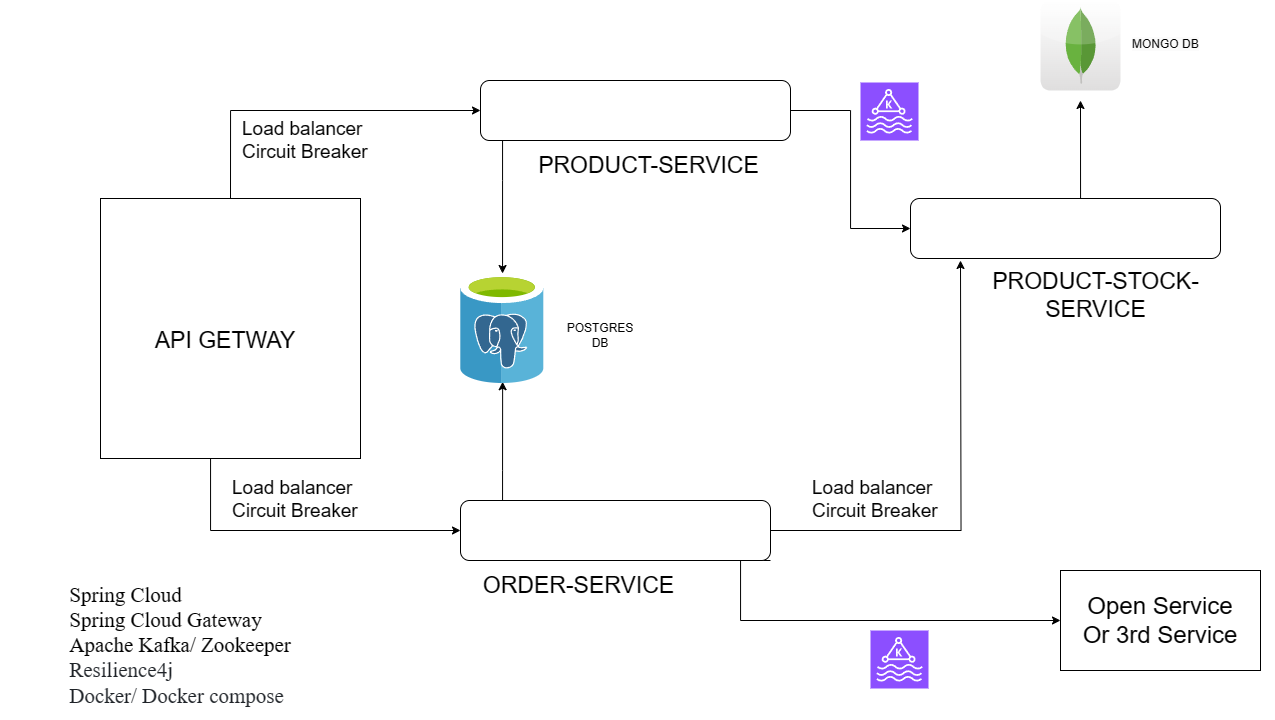
Above: micro.drawio.png in BonsoirDiep/springboot-microservice-auth-gateway (draw.io), before the change. Source tidied: cells renumbered, new cells last; positions are measured from the earlier drawing's top-left corner, leaving out a move shared by most shapes.
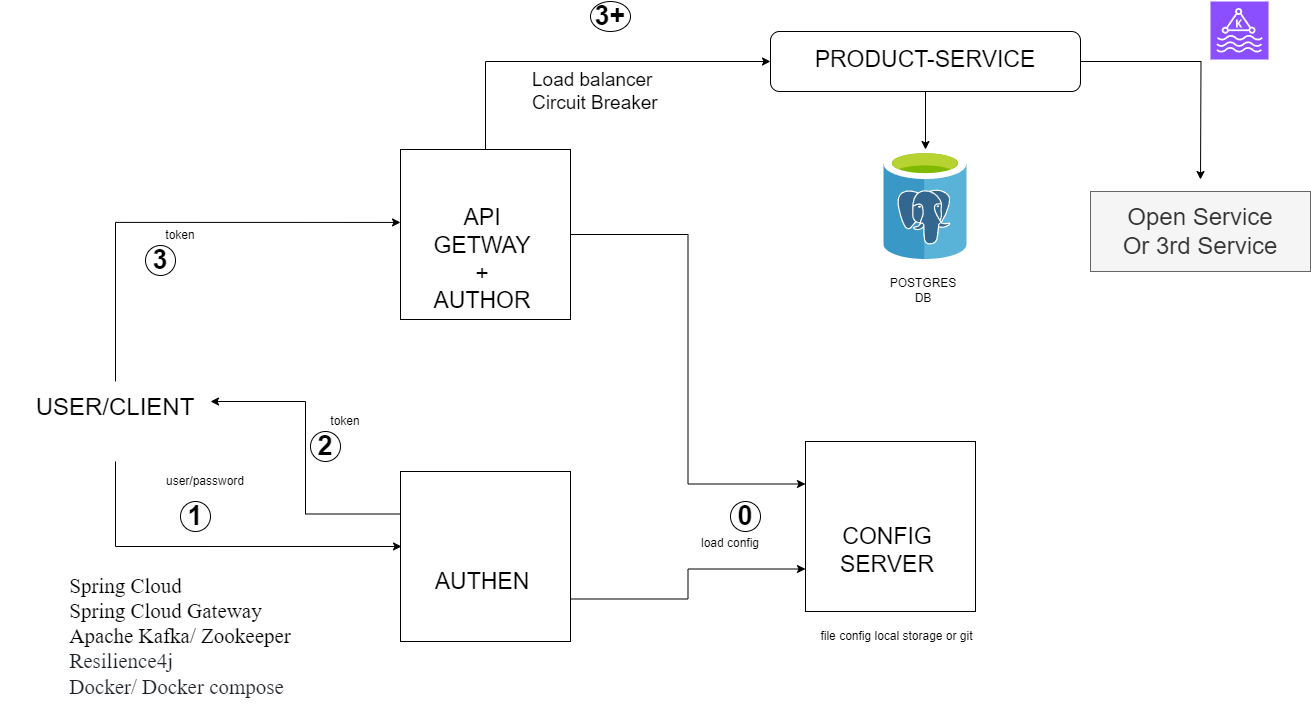
The same file after the commit.

What changed in the source:
```diff
@@ -3,117 +3,122 @@
     <mxCell id="0" />
     <mxCell id="1" parent="0" />
     <mxCell id="2" style="group;" parent="1" vertex="1">
-      <mxGeometry x="100" y="198" width="260" height="260" as="geometry" />
+      <mxGeometry x="400" y="158" width="170" height="202" as="geometry" />
     </mxCell>
     <mxCell id="3" style="whiteSpace=wrap;html=1;" parent="2" vertex="1">
-      <mxGeometry width="260" height="260" as="geometry" />
+      <mxGeometry width="170" height="170" as="geometry" />
     </mxCell>
-    <mxCell id="4" value="&lt;font style=&quot;font-size: 23px;&quot;&gt;API GETWAY&lt;/font&gt;" style="text;html=1;align=center;verticalAlign=middle;whiteSpace=wrap;rounded=0;" parent="2" vertex="1">
-      <mxGeometry x="50" y="132" width="150" height="20" as="geometry" />
+    <mxCell id="4" value="&lt;font style=&quot;font-size: 23px;&quot;&gt;API GETWAY&lt;br&gt;+ AUTHOR&lt;/font&gt;" style="text;html=1;align=center;verticalAlign=middle;whiteSpace=wrap;rounded=0;" parent="2" vertex="1">
+      <mxGeometry x="32.7" y="102.6" width="98.1" height="15.5" as="geometry" />
     </mxCell>
-    <mxCell id="5" value="&lt;font style=&quot;font-size: 23px;&quot;&gt;PRODUCT-SERVICE&lt;/font&gt;" style="text;html=1;align=center;verticalAlign=middle;whiteSpace=wrap;rounded=0;" parent="1" vertex="1">
-      <mxGeometry x="530" y="160" width="236.5" height="10.8" as="geometry" />
-    </mxCell>
+    <mxCell id="7" style="edgeStyle=orthogonalEdgeStyle;rounded=0;jettySize=auto;html=1;entryX=0;entryY=0.5;entryDx=0;entryDy=0;" parent="1" edge="1" source="8">
+      <mxGeometry relative="1" as="geometry">
+        <mxPoint x="1200" y="188" as="targetPoint" />
+      </mxGeometry>
+    </mxCell>
     <mxCell id="6" style="edgeStyle=orthogonalEdgeStyle;rounded=0;jettySize=auto;html=1;" parent="1" edge="1" source="8" target="21">
-      <mxGeometry relative="1" as="geometry">
-        <Array as="points">
-          <mxPoint x="502" y="180" />
-          <mxPoint x="502" y="180" />
-        </Array>
-      </mxGeometry>
+      <mxGeometry relative="1" as="geometry" />
     </mxCell>
-    <mxCell id="7" style="edgeStyle=orthogonalEdgeStyle;rounded=0;jettySize=auto;html=1;entryX=0;entryY=0.5;entryDx=0;entryDy=0;" parent="1" edge="1" source="8" target="15">
-      <mxGeometry relative="1" as="geometry" />
-    </mxCell>
     <mxCell id="8" style="rounded=1;whiteSpace=wrap;html=1;" parent="1" vertex="1">
-      <mxGeometry x="480" y="80" width="310" height="60" as="geometry" />
+      <mxGeometry x="770" y="40" width="310" height="60" as="geometry" />
     </mxCell>
-    <mxCell id="9" value="&lt;font style=&quot;font-size: 23px;&quot;&gt;ORDER-SERVICE&lt;/font&gt;" style="text;html=1;align=center;verticalAlign=middle;whiteSpace=wrap;rounded=0;" parent="1" vertex="1">
-      <mxGeometry x="460" y="580" width="236.5" height="10.8" as="geometry" />
-    </mxCell>
-    <mxCell id="10" style="edgeStyle=orthogonalEdgeStyle;rounded=0;jettySize=auto;html=1;exitX=1;exitY=0.5;exitDx=0;exitDy=0;" parent="1" edge="1" source="12">
-      <mxGeometry relative="1" as="geometry">
-        <mxPoint x="960" y="260" as="targetPoint" />
-      </mxGeometry>
-    </mxCell>
-    <mxCell id="11" style="edgeStyle=orthogonalEdgeStyle;rounded=0;jettySize=auto;html=1;exitX=1;exitY=1;exitDx=0;exitDy=0;entryX=0;entryY=0.5;entryDx=0;entryDy=0;" parent="1" edge="1" source="12" target="29">
-      <mxGeometry relative="1" as="geometry">
-        <Array as="points">
-          <mxPoint x="740" y="560" />
-          <mxPoint x="740" y="620" />
-        </Array>
-      </mxGeometry>
-    </mxCell>
-    <mxCell id="12" style="rounded=1;whiteSpace=wrap;html=1;" parent="1" vertex="1">
-      <mxGeometry x="460" y="500" width="310" height="60" as="geometry" />
-    </mxCell>
-    <mxCell id="13" value="&lt;font style=&quot;font-size: 23px;&quot;&gt;PRODUCT-STOCK-SERVICE&lt;/font&gt;" style="text;html=1;align=center;verticalAlign=middle;whiteSpace=wrap;rounded=0;" parent="1" vertex="1">
-      <mxGeometry x="976.7" y="290" width="236.5" height="10.8" as="geometry" />
-    </mxCell>
-    <mxCell id="14" style="edgeStyle=orthogonalEdgeStyle;rounded=0;jettySize=auto;html=1;exitX=0.5;exitY=0;exitDx=0;exitDy=0;" parent="1" edge="1" source="15">
-      <mxGeometry relative="1" as="geometry">
-        <mxPoint x="1080" y="100" as="targetPoint" />
-        <Array as="points">
-          <mxPoint x="1080" y="198" />
-        </Array>
-      </mxGeometry>
-    </mxCell>
-    <mxCell id="15" style="rounded=1;whiteSpace=wrap;html=1;" parent="1" vertex="1">
-      <mxGeometry x="910" y="198" width="310" height="60" as="geometry" />
-    </mxCell>
-    <mxCell id="16" style="edgeStyle=orthogonalEdgeStyle;rounded=0;jettySize=auto;html=1;entryX=0.504;entryY=0.984;entryDx=0;entryDy=0;entryPerimeter=0;" parent="1" edge="1" source="12" target="21">
-      <mxGeometry relative="1" as="geometry">
-        <Array as="points">
-          <mxPoint x="502" y="470" />
-          <mxPoint x="502" y="470" />
-        </Array>
-      </mxGeometry>
-    </mxCell>
     <mxCell id="17" style="edgeStyle=orthogonalEdgeStyle;rounded=0;jettySize=auto;html=1;exitX=0.5;exitY=0;exitDx=0;exitDy=0;entryX=0;entryY=0.5;entryDx=0;entryDy=0;" parent="1" edge="1" source="3" target="8">
       <mxGeometry relative="1" as="geometry" />
     </mxCell>
-    <mxCell id="18" style="edgeStyle=orthogonalEdgeStyle;rounded=0;jettySize=auto;html=1;entryX=0;entryY=0.5;entryDx=0;entryDy=0;" parent="1" edge="1" source="3" target="12">
-      <mxGeometry relative="1" as="geometry">
-        <Array as="points">
-          <mxPoint x="210" y="530" />
-        </Array>
-      </mxGeometry>
-    </mxCell>
     <mxCell id="19" value="&lt;div style=&quot;text-align: left; font-size: 21px;&quot;&gt;&lt;span style=&quot;font-family: &amp;quot;Times New Roman&amp;quot;; background-color: initial;&quot;&gt;&lt;font style=&quot;font-size: 21px;&quot;&gt;Spring Cloud&lt;/font&gt;&lt;/span&gt;&lt;/div&gt;&lt;font style=&quot;font-size: 21px;&quot; face=&quot;Times New Roman&quot;&gt;&lt;div style=&quot;text-align: left;&quot;&gt;&lt;span style=&quot;background-color: initial;&quot;&gt;Spring Cloud Gateway&lt;/span&gt;&lt;/div&gt;&lt;div style=&quot;text-align: left;&quot;&gt;&lt;span style=&quot;background-color: initial;&quot;&gt;Apache Kafka/ Zookeeper&lt;/span&gt;&lt;/div&gt;&lt;span style=&quot;color: rgb(31, 35, 40); background-color: rgb(255, 255, 255);&quot;&gt;&lt;div style=&quot;text-align: left;&quot;&gt;Resilience4j&amp;nbsp;&lt;/div&gt;&lt;/span&gt;&lt;/font&gt;&lt;div style=&quot;text-align: left; font-size: 21px;&quot;&gt;&lt;span style=&quot;background-color: rgb(255, 255, 255);&quot;&gt;&lt;font style=&quot;font-size: 21px;&quot; face=&quot;kiULWr-pnnUyZTE9aauR&quot; color=&quot;#1f2328&quot;&gt;Docker/ Docker compose&lt;/font&gt;&lt;br&gt;&lt;/span&gt;&lt;/div&gt;" style="text;html=1;align=center;verticalAlign=middle;whiteSpace=wrap;rounded=0;" parent="1" vertex="1">
       <mxGeometry y="570" width="360" height="149.2" as="geometry" />
     </mxCell>
     <mxCell id="20" style="sketch=0;fontColor=#232F3E;fillColor=#8C4FFF;strokeColor=#ffffff;dashed=0;verticalLabelPosition=bottom;verticalAlign=top;align=center;html=1;fontSize=12;fontStyle=0;shape=mxgraph.aws4.resourceIcon;resIcon=mxgraph.aws4.managed_streaming_for_kafka;" parent="1" vertex="1">
-      <mxGeometry x="860" y="82" width="58" height="58" as="geometry" />
+      <mxGeometry x="1210" y="10" width="58" height="58" as="geometry" />
     </mxCell>
     <mxCell id="21" style="image;sketch=0;html=1;points=[];align=center;fontSize=12;image=img/lib/mscae/Azure_Database_for_PostgreSQL_servers.svg;" parent="1" vertex="1">
-      <mxGeometry x="460" y="273" width="83.6" height="110" as="geometry" />
+      <mxGeometry x="883.2" y="158" width="83.6" height="110" as="geometry" />
     </mxCell>
     <mxCell id="22" value="POSTGRES DB" style="text;html=1;align=center;verticalAlign=middle;whiteSpace=wrap;rounded=0;" parent="1" vertex="1">
-      <mxGeometry x="560" y="320" width="80" height="30" as="geometry" />
+      <mxGeometry x="883.2" y="284" width="80" height="30" as="geometry" />
     </mxCell>
-    <mxCell id="23" style="dashed=0;html=1;align=center;labelPosition=center;verticalLabelPosition=bottom;verticalAlign=top;shape=mxgraph.webicons.mongodb;gradientColor=#DFDEDE;" parent="1" vertex="1">
-      <mxGeometry x="1040" width="80" height="90" as="geometry" />
-    </mxCell>
-    <mxCell id="24" value="&lt;span style=&quot;color: rgb(0, 0, 0); font-family: Helvetica; font-size: 12px; font-style: normal; font-variant-ligatures: normal; font-variant-caps: normal; font-weight: 400; letter-spacing: normal; orphans: 2; text-align: center; text-indent: 0px; text-transform: none; widows: 2; word-spacing: 0px; -webkit-text-stroke-width: 0px; white-space: normal; background-color: rgb(251, 251, 251); text-decoration-thickness: initial; text-decoration-style: initial; text-decoration-color: initial; display: inline !important; float: none;&quot;&gt;MONGO DB&lt;/span&gt;" style="text;whiteSpace=wrap;html=1;" parent="1" vertex="1">
-      <mxGeometry x="1130" y="30" width="100" height="40" as="geometry" />
-    </mxCell>
     <mxCell id="25" value="Load balancer&#10;Circuit Breaker" style="text;whiteSpace=wrap;fontSize=19;" parent="1" vertex="1">
-      <mxGeometry x="240" y="110.8" width="180" height="60" as="geometry" />
+      <mxGeometry x="530" y="70.8" width="180" height="60" as="geometry" />
     </mxCell>
-    <mxCell id="26" value="Load balancer&#10;Circuit Breaker" style="text;whiteSpace=wrap;fontSize=19;" parent="1" vertex="1">
-      <mxGeometry x="230" y="470" width="180" height="60" as="geometry" />
-    </mxCell>
-    <mxCell id="27" value="Load balancer&#10;Circuit Breaker" style="text;whiteSpace=wrap;fontSize=19;" parent="1" vertex="1">
-      <mxGeometry x="810" y="470" width="140" height="60" as="geometry" />
-    </mxCell>
-    <mxCell id="28" style="sketch=0;fontColor=#232F3E;fillColor=#8C4FFF;strokeColor=#ffffff;dashed=0;verticalLabelPosition=bottom;verticalAlign=top;align=center;html=1;fontSize=12;fontStyle=0;shape=mxgraph.aws4.resourceIcon;resIcon=mxgraph.aws4.managed_streaming_for_kafka;" parent="1" vertex="1">
-      <mxGeometry x="870" y="630" width="58" height="58" as="geometry" />
-    </mxCell>
-    <mxCell id="29" style="rounded=0;whiteSpace=wrap;html=1;" parent="1" vertex="1">
-      <mxGeometry x="1060" y="570" width="200" height="100" as="geometry" />
-    </mxCell>
-    <mxCell id="30" value="Open Service&lt;br&gt;Or 3rd Service" style="text;html=1;align=center;verticalAlign=middle;whiteSpace=wrap;rounded=0;fontSize=24;" parent="1" vertex="1">
-      <mxGeometry x="1045" y="605" width="230" height="30" as="geometry" />
+    <mxCell id="30" value="Open Service&lt;br&gt;Or 3rd Service" style="text;html=1;align=center;verticalAlign=middle;whiteSpace=wrap;rounded=0;fontSize=24;fillColor=#f5f5f5;fontColor=#333333;strokeColor=#666666;" parent="1" vertex="1">
+      <mxGeometry x="1090" y="200" width="220" height="80" as="geometry" />
     </mxCell>
+    <mxCell id="31" style="group;" parent="1" vertex="1">
+      <mxGeometry x="805" y="450" width="188.5" height="210" as="geometry" />
+    </mxCell>
+    <mxCell id="32" style="whiteSpace=wrap;html=1;" parent="31" vertex="1">
+      <mxGeometry width="170" height="170" as="geometry" />
+    </mxCell>
+    <mxCell id="33" value="&lt;font style=&quot;font-size: 23px;&quot;&gt;CONFIG SERVER&lt;/font&gt;" style="text;html=1;align=center;verticalAlign=middle;whiteSpace=wrap;rounded=0;" parent="31" vertex="1">
+      <mxGeometry x="32.7" y="101.5" width="98.1" height="15.4" as="geometry" />
+    </mxCell>
+    <mxCell id="34" value="file config local storage or git" style="text;html=1;align=center;verticalAlign=middle;whiteSpace=wrap;rounded=0;" parent="31" vertex="1">
+      <mxGeometry x="-5" y="180" width="193.5" height="30" as="geometry" />
+    </mxCell>
+    <mxCell id="35" style="group;" parent="1" vertex="1">
+      <mxGeometry x="400" y="480" width="170" height="202" as="geometry" />
+    </mxCell>
+    <mxCell id="36" style="whiteSpace=wrap;html=1;" parent="35" vertex="1">
+      <mxGeometry width="170" height="170" as="geometry" />
+    </mxCell>
+    <mxCell id="37" value="&lt;span style=&quot;font-size: 23px;&quot;&gt;AUTHEN&lt;/span&gt;" style="text;html=1;align=center;verticalAlign=middle;whiteSpace=wrap;rounded=0;" parent="35" vertex="1">
+      <mxGeometry x="32.7" y="102.6" width="98.1" height="15.5" as="geometry" />
+    </mxCell>
+    <mxCell id="38" style="edgeStyle=orthogonalEdgeStyle;rounded=0;jettySize=auto;html=1;exitX=1;exitY=0.75;exitDx=0;exitDy=0;entryX=0;entryY=0.75;entryDx=0;entryDy=0;" parent="1" edge="1" source="36" target="32">
+      <mxGeometry relative="1" as="geometry" />
+    </mxCell>
+    <mxCell id="39" value="&lt;font style=&quot;font-size: 24px;&quot;&gt;USER/CLIENT&lt;/font&gt;&lt;div style=&quot;font-size: 24px;&quot;&gt;&lt;br&gt;&lt;/div&gt;" style="text;html=1;align=center;verticalAlign=middle;whiteSpace=wrap;rounded=0;" parent="1" vertex="1">
+      <mxGeometry x="20" y="390" width="190" height="80" as="geometry" />
+    </mxCell>
+    <mxCell id="40" style="edgeStyle=orthogonalEdgeStyle;rounded=0;jettySize=auto;html=1;entryX=0.006;entryY=0.441;entryDx=0;entryDy=0;entryPerimeter=0;" parent="1" edge="1" source="39" target="36">
+      <mxGeometry relative="1" as="geometry">
+        <Array as="points">
+          <mxPoint x="115" y="555" />
+        </Array>
+      </mxGeometry>
+    </mxCell>
+    <mxCell id="41" value="&lt;b&gt;&lt;font style=&quot;font-size: 27px;&quot;&gt;1&lt;/font&gt;&lt;/b&gt;" style="ellipse;whiteSpace=wrap;html=1;" parent="1" vertex="1">
+      <mxGeometry x="180" y="510" width="30" height="30" as="geometry" />
+    </mxCell>
+    <mxCell id="42" style="edgeStyle=orthogonalEdgeStyle;rounded=0;jettySize=auto;html=1;exitX=0;exitY=0.25;exitDx=0;exitDy=0;entryX=1;entryY=0.25;entryDx=0;entryDy=0;" parent="1" edge="1" source="36" target="39">
+      <mxGeometry relative="1" as="geometry" />
+    </mxCell>
+    <mxCell id="43" value="&lt;b&gt;&lt;font style=&quot;font-size: 27px;&quot;&gt;2&lt;/font&gt;&lt;/b&gt;" style="ellipse;whiteSpace=wrap;html=1;" parent="1" vertex="1">
+      <mxGeometry x="310" y="440" width="30" height="30" as="geometry" />
+    </mxCell>
+    <mxCell id="44" value="user/password" style="text;html=1;align=center;verticalAlign=middle;whiteSpace=wrap;rounded=0;" parent="1" vertex="1">
+      <mxGeometry x="160" y="480" width="90" height="20" as="geometry" />
+    </mxCell>
+    <mxCell id="45" value="token" style="text;html=1;align=center;verticalAlign=middle;whiteSpace=wrap;rounded=0;" parent="1" vertex="1">
+      <mxGeometry x="300" y="420" width="90" height="20" as="geometry" />
+    </mxCell>
+    <mxCell id="46" style="edgeStyle=orthogonalEdgeStyle;rounded=0;jettySize=auto;html=1;entryX=0;entryY=0.429;entryDx=0;entryDy=0;entryPerimeter=0;" parent="1" edge="1" source="39" target="3">
+      <mxGeometry relative="1" as="geometry">
+        <Array as="points">
+          <mxPoint x="115" y="231" />
+        </Array>
+      </mxGeometry>
+    </mxCell>
+    <mxCell id="47" value="&lt;b&gt;&lt;font style=&quot;font-size: 27px;&quot;&gt;3&lt;/font&gt;&lt;/b&gt;" style="ellipse;whiteSpace=wrap;html=1;" parent="1" vertex="1">
+      <mxGeometry x="145" y="254" width="30" height="30" as="geometry" />
+    </mxCell>
+    <mxCell id="48" value="token" style="text;html=1;align=center;verticalAlign=middle;whiteSpace=wrap;rounded=0;" parent="1" vertex="1">
+      <mxGeometry x="135" y="234" width="90" height="20" as="geometry" />
+    </mxCell>
+    <mxCell id="49" value="&lt;b&gt;&lt;font style=&quot;font-size: 27px;&quot;&gt;0&lt;/font&gt;&lt;/b&gt;" style="ellipse;whiteSpace=wrap;html=1;" parent="1" vertex="1">
+      <mxGeometry x="730" y="510" width="30" height="30" as="geometry" />
+    </mxCell>
+    <mxCell id="50" value="load config" style="text;html=1;align=center;verticalAlign=middle;whiteSpace=wrap;rounded=0;" parent="1" vertex="1">
+      <mxGeometry x="685" y="542" width="90" height="20" as="geometry" />
+    </mxCell>
+    <mxCell id="5" value="&lt;span style=&quot;font-size: 23px;&quot;&gt;PRODUCT-SERVICE&lt;/span&gt;" style="text;html=1;align=center;verticalAlign=middle;whiteSpace=wrap;rounded=0;" parent="1" vertex="1">
+      <mxGeometry x="810" y="55" width="230" height="25" as="geometry" />
+    </mxCell>
+    <mxCell id="51" style="edgeStyle=orthogonalEdgeStyle;rounded=0;jettySize=auto;html=1;entryX=0;entryY=0.25;entryDx=0;entryDy=0;" parent="1" edge="1" source="3" target="32">
+      <mxGeometry relative="1" as="geometry" />
+    </mxCell>
+    <mxCell id="52" value="&lt;b&gt;&lt;font style=&quot;font-size: 27px;&quot;&gt;3+&lt;/font&gt;&lt;/b&gt;" style="ellipse;whiteSpace=wrap;html=1;" parent="1" vertex="1">
+      <mxGeometry x="590" y="10" width="40" height="30" as="geometry" />
+    </mxCell>
   </root>
 </mxGraphModel>
```
